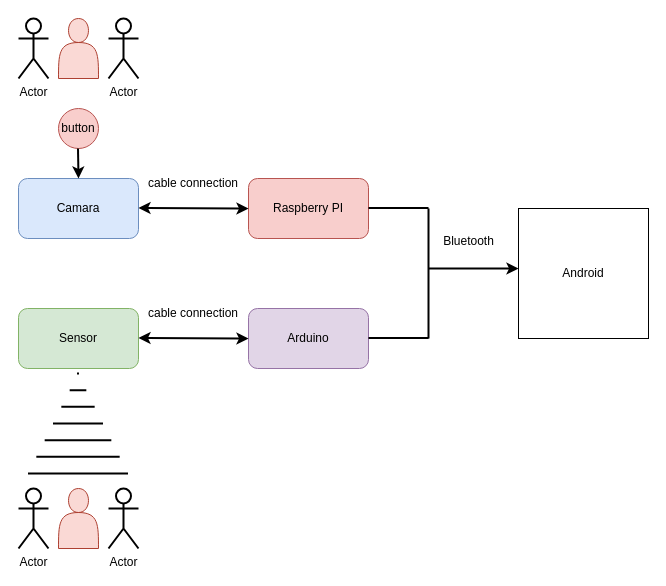
Earlier version of the draw.io diagram software_architecture.drawio (bmarrao/TPSE). Source tidied: cells renumbered, new cells numbered last; positions are measured from the earlier drawing's top-left corner, leaving out a move shared by most shapes. Both pictures are drawn from the tidied source at 100%, with x=0, y=0 at pixel (18, 18).
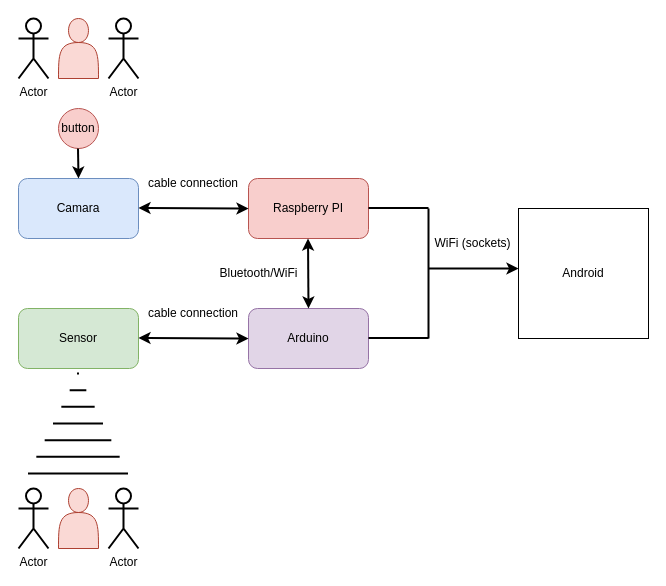
After the change.

Commit message:
Changed communication type between arduino, raspberry pi and android

The change refers to these unchanged cells:
```xml
<mxCell id="7" value="Arduino" style="rounded=1;whiteSpace=wrap;html=1;fillColor=#e1d5e7;strokeColor=#9673a6;" parent="1" vertex="1">
  <mxGeometry x="230" y="290" width="120" height="60" as="geometry" />
</mxCell>
```

Change to the diagram source:
```diff
@@
-    <mxCell id="20" value="Bluetooth" style="text;html=1;align=center;verticalAlign=middle;strokeColor=none;fillColor=none;" parent="1" vertex="1">
-      <mxGeometry x="415" y="208" width="70" height="30" as="geometry" />
+    <mxCell id="20" value="WiFi (sockets)" style="text;html=1;align=center;verticalAlign=middle;strokeColor=none;fillColor=none;" parent="1" vertex="1">
+      <mxGeometry x="404" y="210" width="100" height="30" as="geometry" />
     </mxCell>
@@
+    <mxCell id="25" value="Bluetooth/WiFi" style="text;html=1;align=center;verticalAlign=middle;strokeColor=none;fillColor=none;" parent="1" vertex="1">
+      <mxGeometry x="190" y="240" width="100" height="30" as="geometry" />
+    </mxCell>
+    <mxCell id="26" style="endArrow=classic;startArrow=classic;html=1;rounded=0;strokeWidth=2;exitX=0.5;exitY=0;exitDx=0;exitDy=0;" parent="1" edge="1" source="7">
+      <mxGeometry relative="1" as="geometry">
+        <mxPoint x="289.5" y="220" as="targetPoint" />
+      </mxGeometry>
+    </mxCell>
```
